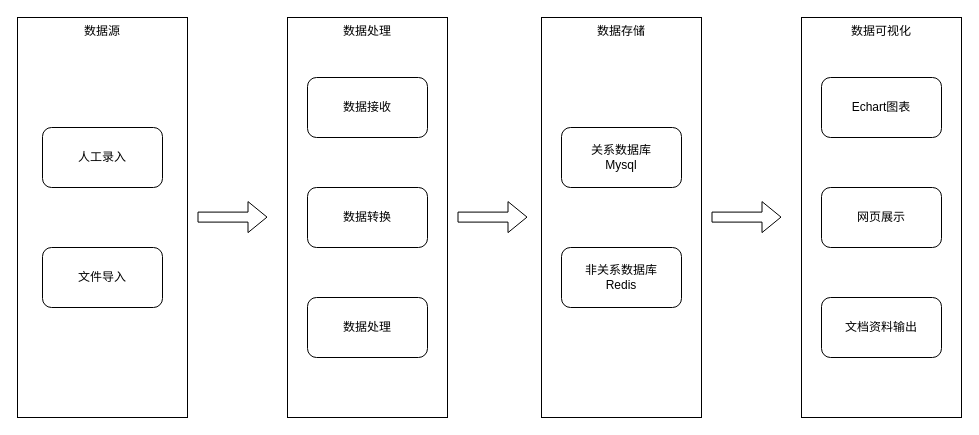
This is 信息运维数据架构.drawio from diaosinanshen/draw, a draw.io file, before an edit. Source tidied: cells renumbered, new cells numbered last; positions are measured from the earlier drawing's top-left corner, leaving out a move shared by most shapes. Both pictures are drawn from the tidied source at 100%, with x=0, y=0 at pixel (17, 17).
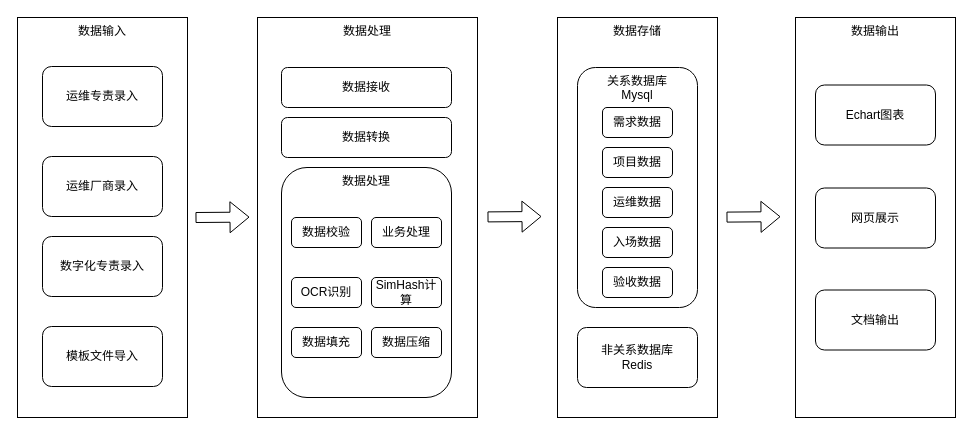
The same page after the edit.

Commit message (it also covers changes not shown here):
更新信息运维数据架构.drawio

Diff of the diagram source:
```diff
@@
-    <mxCell id="2" value="数据源" style="rounded=0;whiteSpace=wrap;html=1;verticalAlign=top;" parent="1" vertex="1">
+    <mxCell id="2" value="数据输入" style="rounded=0;whiteSpace=wrap;html=1;verticalAlign=top;" parent="1" vertex="1">
       <mxGeometry width="170" height="400" as="geometry" />
     </mxCell>
-    <mxCell id="3" value="人工录入" style="rounded=1;whiteSpace=wrap;html=1;" parent="1" vertex="1">
-      <mxGeometry x="25" y="110" width="120" height="60" as="geometry" />
+    <mxCell id="3" value="运维专责录入" style="rounded=1;whiteSpace=wrap;html=1;" parent="1" vertex="1">
+      <mxGeometry x="25" y="49" width="120" height="60" as="geometry" />
     </mxCell>
-    <mxCell id="4" value="文件导入" style="rounded=1;whiteSpace=wrap;html=1;" parent="1" vertex="1">
-      <mxGeometry x="25" y="230" width="120" height="60" as="geometry" />
+    <mxCell id="4" value="模板文件导入" style="rounded=1;whiteSpace=wrap;html=1;" parent="1" vertex="1">
+      <mxGeometry x="25" y="309" width="120" height="60" as="geometry" />
     </mxCell>
     <mxCell id="5" value="数据处理" style="rounded=0;whiteSpace=wrap;html=1;verticalAlign=top;" parent="1" vertex="1">
-      <mxGeometry x="270" width="160" height="400" as="geometry" />
+      <mxGeometry x="240" width="220" height="400" as="geometry" />
     </mxCell>
     <mxCell id="6" value="数据存储" style="rounded=0;whiteSpace=wrap;html=1;verticalAlign=top;" parent="1" vertex="1">
-      <mxGeometry x="524" width="160" height="400" as="geometry" />
+      <mxGeometry x="540" width="160" height="400" as="geometry" />
     </mxCell>
-    <mxCell id="7" value="关系数据库&lt;br&gt;Mysql" style="rounded=1;whiteSpace=wrap;html=1;" parent="1" vertex="1">
-      <mxGeometry x="544" y="110" width="120" height="60" as="geometry" />
+    <mxCell id="7" value="关系数据库&lt;br&gt;Mysql" style="rounded=1;whiteSpace=wrap;html=1;verticalAlign=top;" parent="1" vertex="1">
+      <mxGeometry x="560" y="50" width="120" height="240" as="geometry" />
     </mxCell>
     <mxCell id="8" value="非关系数据库&lt;br&gt;Redis" style="rounded=1;whiteSpace=wrap;html=1;" parent="1" vertex="1">
-      <mxGeometry x="544" y="230" width="120" height="60" as="geometry" />
+      <mxGeometry x="560" y="310" width="120" height="60" as="geometry" />
     </mxCell>
     <mxCell id="9" value="数据接收" style="rounded=1;whiteSpace=wrap;html=1;" parent="1" vertex="1">
-      <mxGeometry x="290" y="60" width="120" height="60" as="geometry" />
+      <mxGeometry x="264" y="50" width="170" height="40" as="geometry" />
     </mxCell>
-    <mxCell id="10" value="数据转换" style="rounded=1;whiteSpace=wrap;html=1;" parent="1" vertex="1">
-      <mxGeometry x="290" y="170" width="120" height="60" as="geometry" />
+    <mxCell id="10" value="数据转换" style="rounded=1;whiteSpace=wrap;html=1;verticalAlign=middle;" parent="1" vertex="1">
+      <mxGeometry x="264" y="100" width="170" height="40" as="geometry" />
     </mxCell>
-    <mxCell id="11" value="数据处理" style="rounded=1;whiteSpace=wrap;html=1;" parent="1" vertex="1">
-      <mxGeometry x="290" y="280" width="120" height="60" as="geometry" />
+    <mxCell id="11" value="数据处理" style="rounded=1;whiteSpace=wrap;html=1;verticalAlign=top;" parent="1" vertex="1">
+      <mxGeometry x="264" y="150" width="170" height="230" as="geometry" />
     </mxCell>
     <mxCell id="12" style="shape=flexArrow;endArrow=classic;html=1;rounded=0;entryX=0;entryY=0.5;entryDx=0;entryDy=0;" parent="1" edge="1">
       <mxGeometry relative="1" as="geometry">
-        <mxPoint x="180" y="199.6" as="sourcePoint" />
-        <mxPoint x="250" y="199.6" as="targetPoint" />
+        <mxPoint x="178" y="200" as="sourcePoint" />
+        <mxPoint x="232" y="199.6" as="targetPoint" />
       </mxGeometry>
     </mxCell>
-    <mxCell id="13" value="数据可视化" style="rounded=0;whiteSpace=wrap;html=1;verticalAlign=top;" parent="1" vertex="1">
-      <mxGeometry x="784" width="160" height="400" as="geometry" />
+    <mxCell id="13" value="数据输出" style="rounded=0;whiteSpace=wrap;html=1;verticalAlign=top;" parent="1" vertex="1">
+      <mxGeometry x="778" width="160" height="400" as="geometry" />
     </mxCell>
     <mxCell id="14" value="Echart图表" style="rounded=1;whiteSpace=wrap;html=1;" parent="1" vertex="1">
-      <mxGeometry x="804" y="60" width="120" height="60" as="geometry" />
+      <mxGeometry x="798" y="67.5" width="120" height="60" as="geometry" />
     </mxCell>
     <mxCell id="15" value="网页展示" style="rounded=1;whiteSpace=wrap;html=1;" parent="1" vertex="1">
-      <mxGeometry x="804" y="170" width="120" height="60" as="geometry" />
+      <mxGeometry x="798" y="170.5" width="120" height="60" as="geometry" />
     </mxCell>
-    <mxCell id="16" value="文档资料输出" style="rounded=1;whiteSpace=wrap;html=1;" parent="1" vertex="1">
-      <mxGeometry x="804" y="280" width="120" height="60" as="geometry" />
+    <mxCell id="16" value="文档输出" style="rounded=1;whiteSpace=wrap;html=1;" parent="1" vertex="1">
+      <mxGeometry x="798" y="272.5" width="120" height="60" as="geometry" />
     </mxCell>
-    <mxCell id="17" style="shape=flexArrow;endArrow=classic;html=1;rounded=0;entryX=0;entryY=0.5;entryDx=0;entryDy=0;" parent="1" edge="1">
-      <mxGeometry relative="1" as="geometry">
-        <mxPoint x="440" y="199.6" as="sourcePoint" />
-        <mxPoint x="510" y="199.6" as="targetPoint" />
-      </mxGeometry>
-    </mxCell>
-    <mxCell id="18" style="shape=flexArrow;endArrow=classic;html=1;rounded=0;entryX=0;entryY=0.5;entryDx=0;entryDy=0;" parent="1" edge="1">
-      <mxGeometry relative="1" as="geometry">
-        <mxPoint x="694" y="199.6" as="sourcePoint" />
-        <mxPoint x="764" y="199.6" as="targetPoint" />
-      </mxGeometry>
-    </mxCell>
+    <mxCell id="19" value="运维厂商录入" style="rounded=1;whiteSpace=wrap;html=1;" parent="1" vertex="1">
+      <mxGeometry x="25" y="139" width="120" height="60" as="geometry" />
+    </mxCell>
+    <mxCell id="20" value="数字化专责录入" style="rounded=1;whiteSpace=wrap;html=1;" parent="1" vertex="1">
+      <mxGeometry x="25" y="219" width="120" height="60" as="geometry" />
+    </mxCell>
+    <mxCell id="21" value="需求数据" style="rounded=1;whiteSpace=wrap;html=1;" parent="1" vertex="1">
+      <mxGeometry x="585" y="90" width="70" height="30" as="geometry" />
+    </mxCell>
+    <mxCell id="22" value="项目数据" style="rounded=1;whiteSpace=wrap;html=1;" parent="1" vertex="1">
+      <mxGeometry x="585" y="130" width="70" height="30" as="geometry" />
+    </mxCell>
+    <mxCell id="23" value="运维数据" style="rounded=1;whiteSpace=wrap;html=1;" parent="1" vertex="1">
+      <mxGeometry x="585" y="170" width="70" height="30" as="geometry" />
+    </mxCell>
+    <mxCell id="24" value="验收数据" style="rounded=1;whiteSpace=wrap;html=1;" parent="1" vertex="1">
+      <mxGeometry x="585" y="250" width="70" height="30" as="geometry" />
+    </mxCell>
+    <mxCell id="25" value="入场数据" style="rounded=1;whiteSpace=wrap;html=1;" parent="1" vertex="1">
+      <mxGeometry x="585" y="210" width="70" height="30" as="geometry" />
+    </mxCell>
+    <mxCell id="26" value="OCR识别" style="rounded=1;whiteSpace=wrap;html=1;" parent="1" vertex="1">
+      <mxGeometry x="274" y="260" width="70" height="30" as="geometry" />
+    </mxCell>
+    <mxCell id="27" value="SimHash计算" style="rounded=1;whiteSpace=wrap;html=1;" parent="1" vertex="1">
+      <mxGeometry x="354" y="260" width="70" height="30" as="geometry" />
+    </mxCell>
+    <mxCell id="28" value="数据校验" style="rounded=1;whiteSpace=wrap;html=1;" parent="1" vertex="1">
+      <mxGeometry x="274" y="200" width="70" height="30" as="geometry" />
+    </mxCell>
+    <mxCell id="29" value="业务处理" style="rounded=1;whiteSpace=wrap;html=1;" parent="1" vertex="1">
+      <mxGeometry x="354" y="200" width="70" height="30" as="geometry" />
+    </mxCell>
+    <mxCell id="30" value="数据压缩" style="rounded=1;whiteSpace=wrap;html=1;" parent="1" vertex="1">
+      <mxGeometry x="354" y="310" width="70" height="30" as="geometry" />
+    </mxCell>
+    <mxCell id="31" value="数据填充" style="rounded=1;whiteSpace=wrap;html=1;" parent="1" vertex="1">
+      <mxGeometry x="274" y="310" width="70" height="30" as="geometry" />
+    </mxCell>
+    <mxCell id="32" style="shape=flexArrow;endArrow=classic;html=1;rounded=0;entryX=0;entryY=0.5;entryDx=0;entryDy=0;" parent="1" edge="1">
+      <mxGeometry relative="1" as="geometry">
+        <mxPoint x="470" y="199.4" as="sourcePoint" />
+        <mxPoint x="524" y="199" as="targetPoint" />
+      </mxGeometry>
+    </mxCell>
+    <mxCell id="33" style="shape=flexArrow;endArrow=classic;html=1;rounded=0;entryX=0;entryY=0.5;entryDx=0;entryDy=0;" parent="1" edge="1">
+      <mxGeometry relative="1" as="geometry">
+        <mxPoint x="709" y="199.6" as="sourcePoint" />
+        <mxPoint x="763" y="199.2" as="targetPoint" />
+      </mxGeometry>
+    </mxCell>
```
